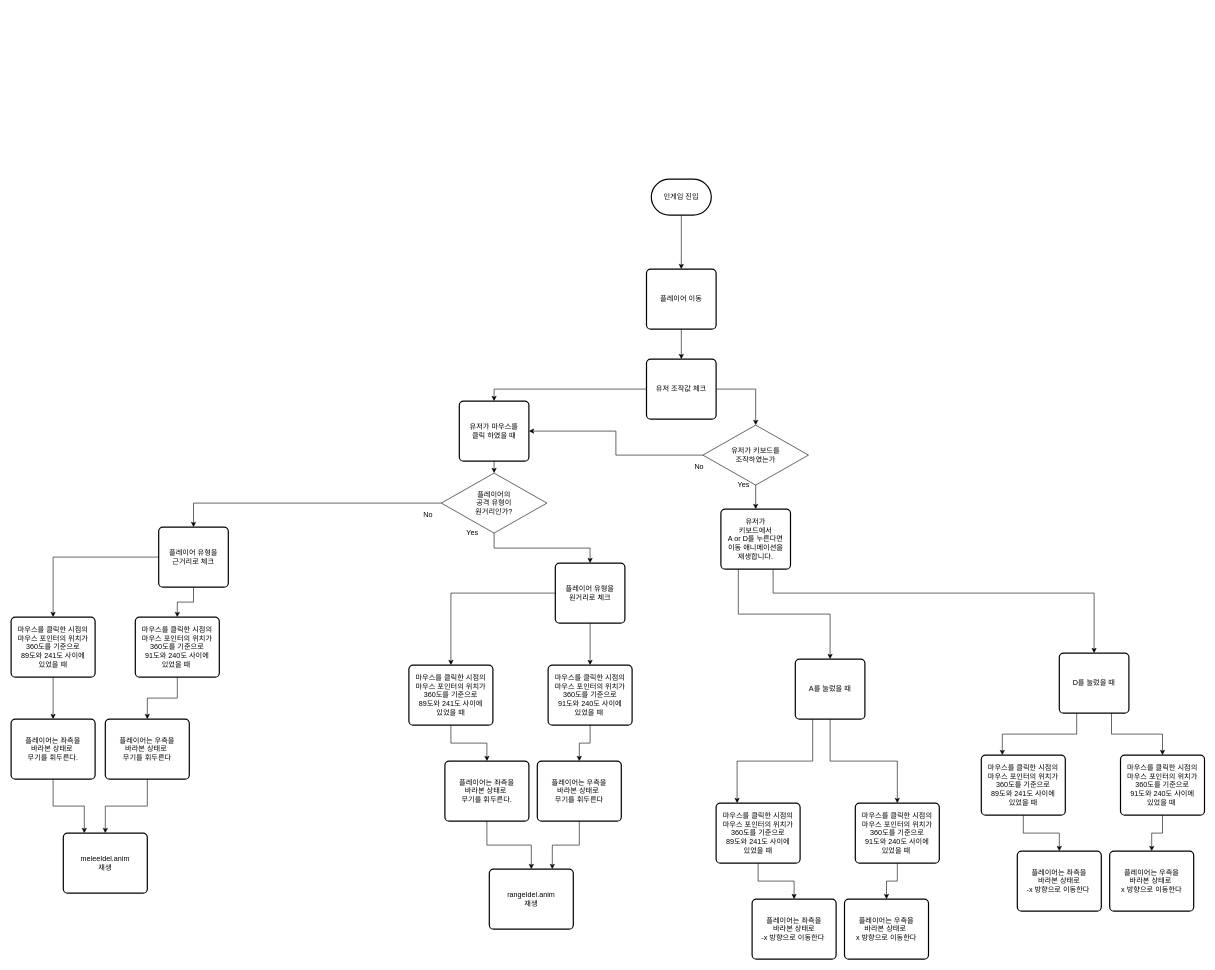
This is flowchart/PlayerAnimation/playerAnimation.drawio from FinOscarn/GameJam_Aegis, a draw.io file, before an edit. Source tidied: cells renumbered, new cells numbered last; positions are measured from the earlier drawing's top-left corner, leaving out a move shared by most shapes. Both pictures are drawn from the tidied source at 60%, with x=0, y=0 at pixel (11, 179).
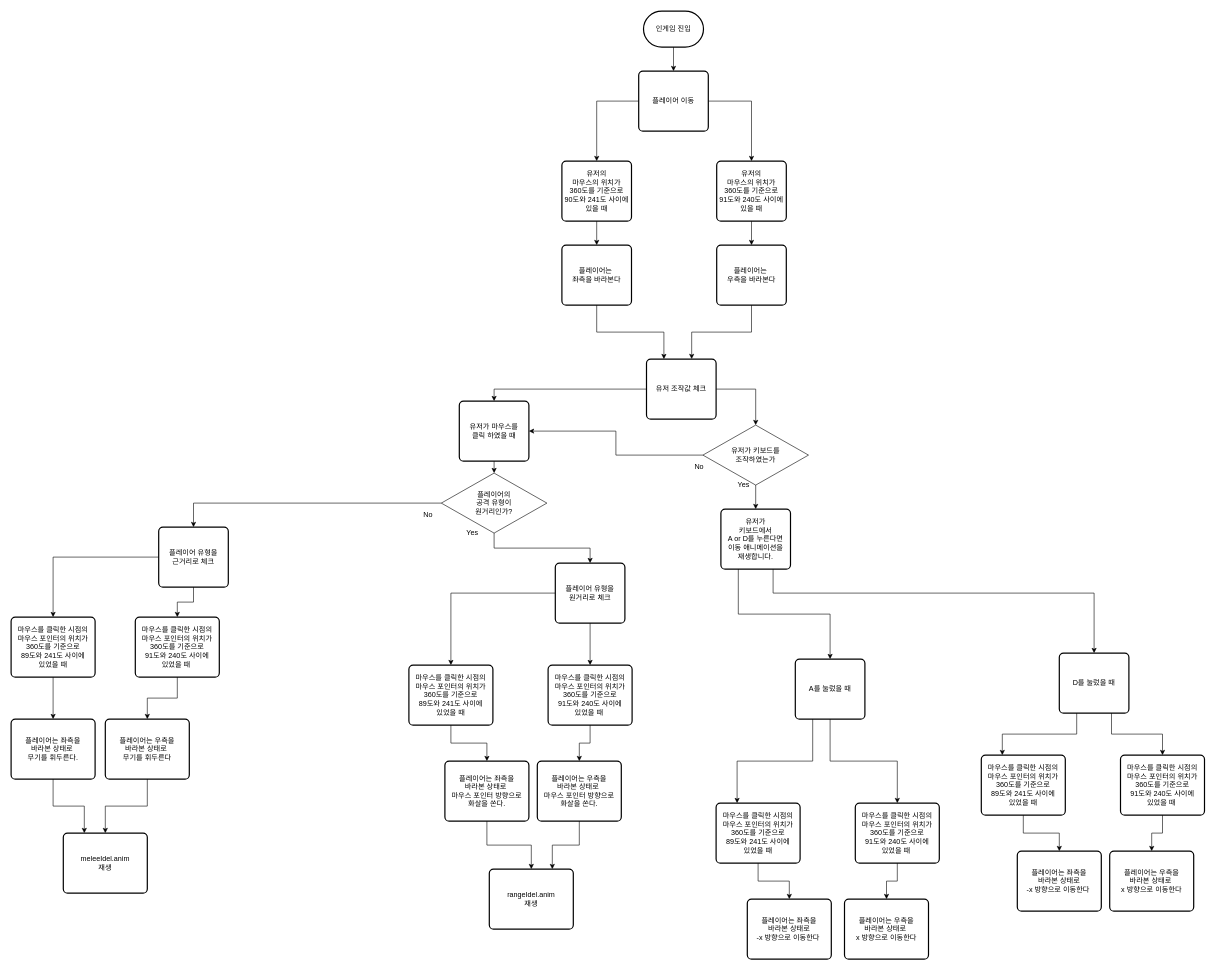
The same page after the edit.

Unchanged cells that the change refers to:
```xml
<mxCell id="14" value="유저 조작값 체크" style="rounded=1;whiteSpace=wrap;html=1;absoluteArcSize=1;arcSize=14;strokeWidth=2;" parent="1" vertex="1">
  <mxGeometry x="1059" y="300" width="116" height="100" as="geometry" />
</mxCell>
```

The edit, as a diff of the source:
```diff
@@
     <mxCell id="3" value="인게임 진입" style="strokeWidth=2;html=1;shape=mxgraph.flowchart.terminator;whiteSpace=wrap;" parent="1" vertex="1">
-      <mxGeometry x="1067" width="100" height="60" as="geometry" />
+      <mxGeometry x="1054" y="-280" width="100" height="60" as="geometry" />
     </mxCell>
@@
     <mxCell id="15" style="edgeStyle=orthogonalEdgeStyle;rounded=0;orthogonalLoop=1;jettySize=auto;html=1;exitX=0;exitY=0.75;exitDx=0;exitDy=0;entryX=0.5;entryY=0;entryDx=0;entryDy=0;" parent="1" edge="1">
       <mxGeometry relative="1" as="geometry">
-        <mxPoint x="893" y="845" as="sourcePoint" />
+        <mxPoint x="916" y="825" as="sourcePoint" />
       </mxGeometry>
     </mxCell>
     <mxCell id="16" style="edgeStyle=orthogonalEdgeStyle;rounded=0;orthogonalLoop=1;jettySize=auto;html=1;exitX=1;exitY=0.75;exitDx=0;exitDy=0;entryX=0.5;entryY=0;entryDx=0;entryDy=0;" parent="1" edge="1">
       <mxGeometry relative="1" as="geometry">
-        <mxPoint x="1033" y="845" as="sourcePoint" />
+        <mxPoint x="1056" y="825" as="sourcePoint" />
       </mxGeometry>
     </mxCell>
@@
-    <mxCell id="45" value="플레이어는 우측을 &lt;br&gt;바라본 상태로&amp;nbsp;&lt;br&gt;무기를 휘두른다" style="rounded=1;whiteSpace=wrap;html=1;absoluteArcSize=1;arcSize=14;strokeWidth=2;" parent="1" vertex="1">
+    <mxCell id="45" value="플레이어는 우측을 &lt;br&gt;바라본 상태로&amp;nbsp;&lt;br&gt;마우스 포인터 방향으로&lt;br&gt;화살을 쏜다." style="rounded=1;whiteSpace=wrap;html=1;absoluteArcSize=1;arcSize=14;strokeWidth=2;" parent="1" vertex="1">
       <mxGeometry x="877" y="970" width="140" height="100" as="geometry" />
     </mxCell>
@@
-    <mxCell id="47" value="플레이어는 좌측을&lt;br&gt;바라본 상태로&amp;nbsp;&lt;br&gt;무기를 휘두른다." style="rounded=1;whiteSpace=wrap;html=1;absoluteArcSize=1;arcSize=14;strokeWidth=2;" parent="1" vertex="1">
+    <mxCell id="47" value="플레이어는 좌측을&lt;br&gt;바라본 상태로&amp;nbsp;&lt;br&gt;마우스 포인터 방향으로&lt;br&gt;화살을 쏜다." style="rounded=1;whiteSpace=wrap;html=1;absoluteArcSize=1;arcSize=14;strokeWidth=2;" parent="1" vertex="1">
       <mxGeometry x="723" y="970" width="140" height="100" as="geometry" />
     </mxCell>
@@
     <mxCell id="53" value="플레이어는 좌측을&lt;br&gt;바라본 상태로 &lt;br&gt;-x 방향으로 이동한다&amp;nbsp;" style="rounded=1;whiteSpace=wrap;html=1;absoluteArcSize=1;arcSize=14;strokeWidth=2;" parent="1" vertex="1">
-      <mxGeometry x="1235" y="1200" width="140" height="100" as="geometry" />
+      <mxGeometry x="1227" y="1200" width="140" height="100" as="geometry" />
     </mxCell>
@@
-    <mxCell id="66" style="edgeStyle=orthogonalEdgeStyle;rounded=0;jettySize=auto;html=1;exitX=0.5;exitY=1;exitDx=0;exitDy=0;entryX=0.5;entryY=0;entryDx=0;entryDy=0;" parent="1" edge="1" source="67" target="14">
-      <mxGeometry relative="1" as="geometry" />
-    </mxCell>
+    <mxCell id="68" style="edgeStyle=orthogonalEdgeStyle;rounded=0;jettySize=auto;html=1;exitX=0;exitY=0.5;exitDx=0;exitDy=0;" parent="1" edge="1" source="67" target="71">
+      <mxGeometry relative="1" as="geometry" />
+    </mxCell>
+    <mxCell id="69" style="edgeStyle=orthogonalEdgeStyle;rounded=0;jettySize=auto;html=1;exitX=1;exitY=0.5;exitDx=0;exitDy=0;" parent="1" edge="1" source="67" target="73">
+      <mxGeometry relative="1" as="geometry" />
+    </mxCell>
     <mxCell id="67" value="플레이어 이동" style="rounded=1;whiteSpace=wrap;html=1;absoluteArcSize=1;arcSize=14;strokeWidth=2;" parent="1" vertex="1">
-      <mxGeometry x="1059" y="150" width="116" height="100" as="geometry" />
+      <mxGeometry x="1046" y="-180" width="116" height="100" as="geometry" />
     </mxCell>
+    <mxCell id="70" style="edgeStyle=orthogonalEdgeStyle;rounded=0;jettySize=auto;html=1;exitX=0.5;exitY=1;exitDx=0;exitDy=0;entryX=0.5;entryY=0;entryDx=0;entryDy=0;" parent="1" edge="1" source="71" target="75">
+      <mxGeometry relative="1" as="geometry" />
+    </mxCell>
+    <mxCell id="71" value="유저의&lt;br&gt;마우스의 위치가&lt;br&gt;360도를 기준으로&lt;br&gt;90도와 241도 사이에 있을 때" style="rounded=1;whiteSpace=wrap;html=1;absoluteArcSize=1;arcSize=14;strokeWidth=2;" parent="1" vertex="1">
+      <mxGeometry x="918" y="-30" width="116" height="100" as="geometry" />
+    </mxCell>
+    <mxCell id="72" style="edgeStyle=orthogonalEdgeStyle;rounded=0;jettySize=auto;html=1;exitX=0.5;exitY=1;exitDx=0;exitDy=0;entryX=0.5;entryY=0;entryDx=0;entryDy=0;" parent="1" edge="1" source="73" target="77">
+      <mxGeometry relative="1" as="geometry" />
+    </mxCell>
+    <mxCell id="73" value="유저의&lt;br&gt;마우스의 위치가&lt;br&gt;360도를 기준으로&lt;br&gt;91도와 240도 사이에 있을 때" style="rounded=1;whiteSpace=wrap;html=1;absoluteArcSize=1;arcSize=14;strokeWidth=2;" parent="1" vertex="1">
+      <mxGeometry x="1176" y="-30" width="116" height="100" as="geometry" />
+    </mxCell>
+    <mxCell id="74" style="edgeStyle=orthogonalEdgeStyle;rounded=0;jettySize=auto;html=1;exitX=0.5;exitY=1;exitDx=0;exitDy=0;entryX=0.25;entryY=0;entryDx=0;entryDy=0;" parent="1" edge="1" source="75" target="14">
+      <mxGeometry relative="1" as="geometry" />
+    </mxCell>
+    <mxCell id="75" value="플레이어는&amp;nbsp;&lt;br&gt;좌측을 바라본다" style="rounded=1;whiteSpace=wrap;html=1;absoluteArcSize=1;arcSize=14;strokeWidth=2;" parent="1" vertex="1">
+      <mxGeometry x="918" y="110" width="116" height="100" as="geometry" />
+    </mxCell>
+    <mxCell id="76" style="edgeStyle=orthogonalEdgeStyle;rounded=0;jettySize=auto;html=1;exitX=0.5;exitY=1;exitDx=0;exitDy=0;entryX=0.649;entryY=-0.001;entryDx=0;entryDy=0;entryPerimeter=0;" parent="1" edge="1" source="77" target="14">
+      <mxGeometry relative="1" as="geometry" />
+    </mxCell>
+    <mxCell id="77" value="플레이어는&amp;nbsp;&lt;br&gt;우측을 바라본다" style="rounded=1;whiteSpace=wrap;html=1;absoluteArcSize=1;arcSize=14;strokeWidth=2;" parent="1" vertex="1">
+      <mxGeometry x="1176" y="110" width="116" height="100" as="geometry" />
+    </mxCell>
```
